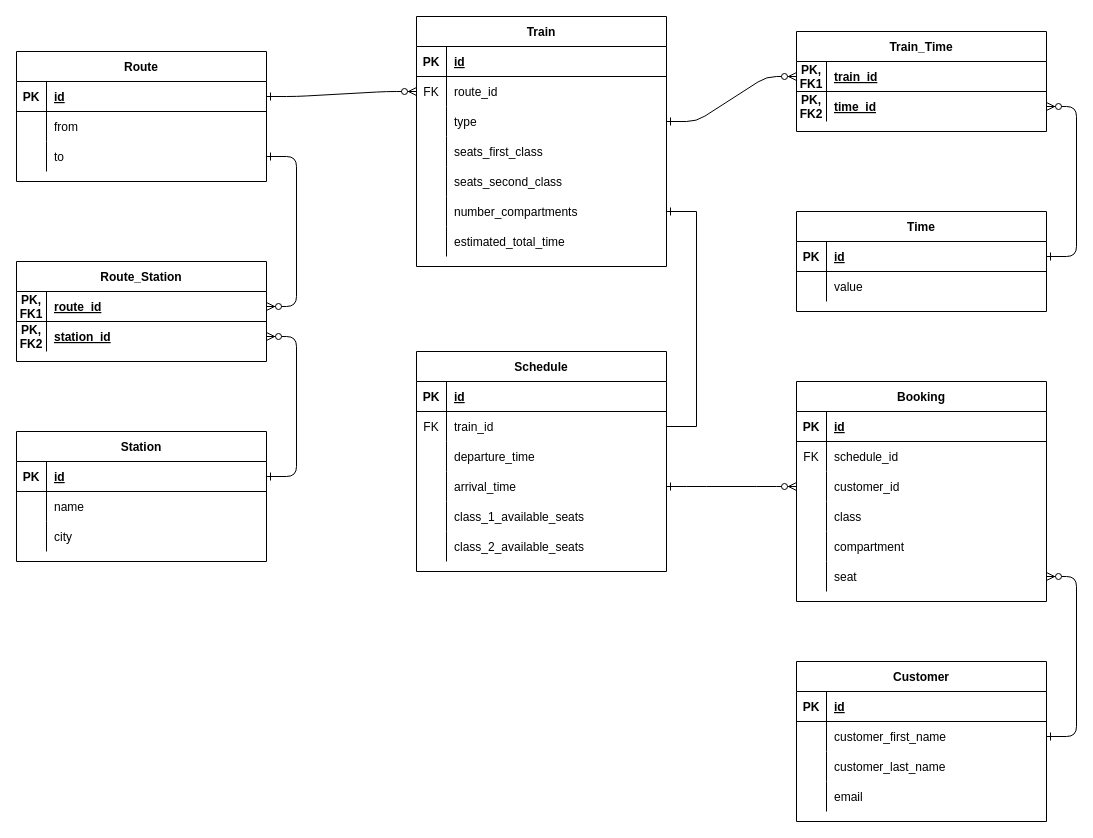
Earlier version of the draw.io diagram diagrams/railways.drawio (DiaconuAndr3i/RailwaysManagementSystem). Source tidied: cells renumbered, new cells numbered last; positions are measured from the earlier drawing's top-left corner, leaving out a move shared by most shapes. Both pictures are drawn from the tidied source at 100%, with x=0, y=0 at pixel (16, 16).
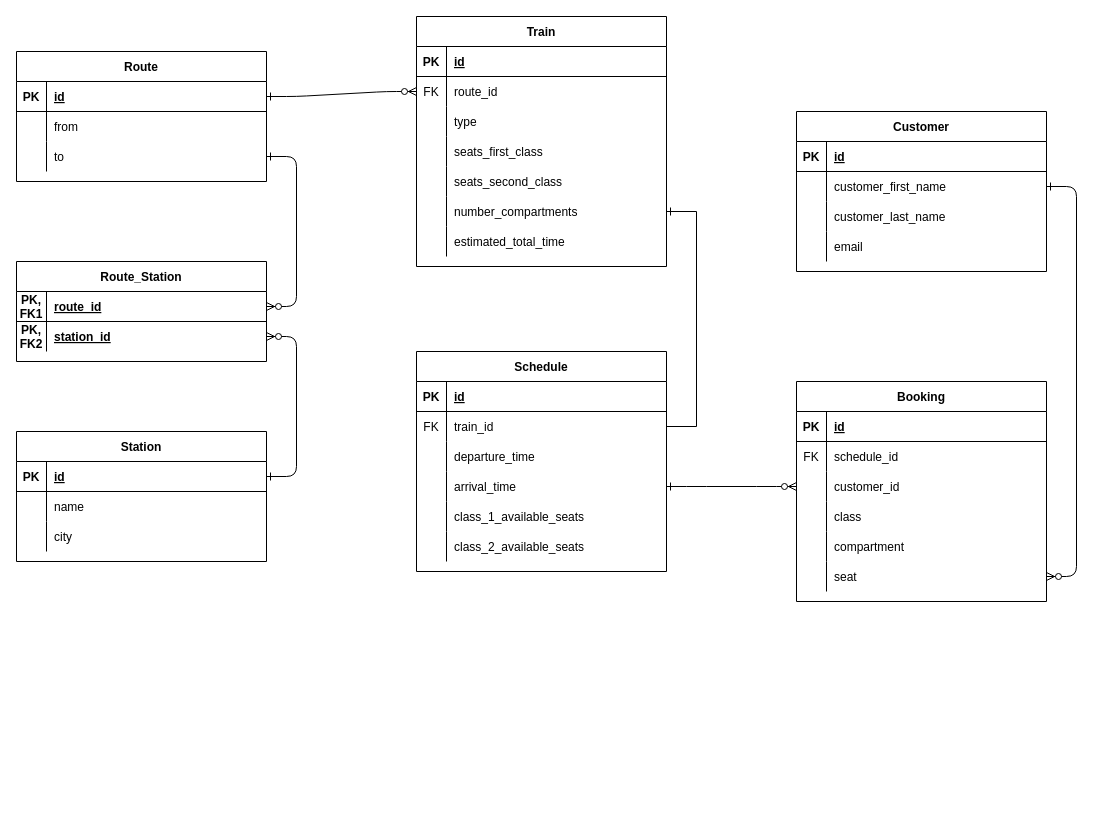
After the change.

Unchanged cells that the change refers to:
```xml
<mxCell id="78" style="shape=partialRectangle;fillColor=none;points=[[0,0.5],[1,0.5]];portConstraint=eastwest;top=0;left=0;right=0;bottom=0;" parent="71" vertex="1">
  <mxGeometry y="90" width="250" height="30" as="geometry" />
</mxCell>
```

Change to the diagram source:
```diff
@@
-    <mxCell id="94" value="Time" style="shape=table;startSize=30;childLayout=tableLayout;rowLines=0;fontStyle=1;align=center;" parent="1" vertex="1">
-      <mxGeometry x="780" y="195" width="250" height="100" as="geometry" />
-    </mxCell>
-    <mxCell id="95" style="shape=partialRectangle;fillColor=none;points=[[0,0.5],[1,0.5]];portConstraint=eastwest;top=0;left=0;right=0;bottom=1;" parent="94" vertex="1">
-      <mxGeometry y="30" width="250" height="30" as="geometry" />
-    </mxCell>
-    <mxCell id="96" value="PK" style="shape=partialRectangle;overflow=hidden;fillColor=none;top=0;left=0;bottom=0;right=0;fontStyle=1;" parent="95" vertex="1">
-      <mxGeometry width="30" height="30" as="geometry" />
-    </mxCell>
-    <mxCell id="97" value="id" style="shape=partialRectangle;overflow=hidden;fillColor=none;top=0;left=0;bottom=0;right=0;align=left;spacingLeft=6;fontStyle=5;" parent="95" vertex="1">
-      <mxGeometry x="30" width="220" height="30" as="geometry" />
-    </mxCell>
-    <mxCell id="98" style="shape=partialRectangle;fillColor=none;top=0;left=0;right=0;bottom=0;" parent="94" vertex="1">
-      <mxGeometry y="60" width="250" height="30" as="geometry" />
-    </mxCell>
-    <mxCell id="99" style="shape=partialRectangle;overflow=hidden;fillColor=none;top=0;left=0;bottom=0;right=0;" parent="98" vertex="1">
-      <mxGeometry width="30" height="30" as="geometry" />
-    </mxCell>
-    <mxCell id="100" value="value" style="shape=partialRectangle;overflow=hidden;fillColor=none;top=0;left=0;bottom=0;right=0;align=left;spacingLeft=6;" parent="98" vertex="1">
-      <mxGeometry x="30" width="220" height="30" as="geometry" />
-    </mxCell>
-    <mxCell id="101" value="Train_Time" style="shape=table;startSize=30;childLayout=tableLayout;rowLines=0;fontStyle=1;align=center;" parent="1" vertex="1">
-      <mxGeometry x="780" y="15" width="250" height="100" as="geometry" />
-    </mxCell>
-    <mxCell id="102" style="shape=partialRectangle;fillColor=none;points=[[0,0.5],[1,0.5]];portConstraint=eastwest;top=0;left=0;right=0;bottom=1;" parent="101" vertex="1">
-      <mxGeometry y="30" width="250" height="30" as="geometry" />
-    </mxCell>
-    <mxCell id="103" value="PK,&#10;FK1" style="shape=partialRectangle;overflow=hidden;fillColor=none;top=0;left=0;bottom=0;right=0;fontStyle=1;" parent="102" vertex="1">
-      <mxGeometry width="30" height="30" as="geometry" />
-    </mxCell>
-    <mxCell id="104" value="train_id" style="shape=partialRectangle;overflow=hidden;fillColor=none;top=0;left=0;bottom=0;right=0;align=left;spacingLeft=6;fontStyle=5;" parent="102" vertex="1">
-      <mxGeometry x="30" width="220" height="30" as="geometry" />
-    </mxCell>
-    <mxCell id="105" style="shape=partialRectangle;fillColor=none;points=[[0,0.5],[1,0.5]];portConstraint=eastwest;top=0;left=0;right=0;bottom=0;" parent="101" vertex="1">
-      <mxGeometry y="60" width="250" height="30" as="geometry" />
-    </mxCell>
-    <mxCell id="106" value="PK,&#10;FK2" style="shape=partialRectangle;overflow=hidden;fillColor=none;top=0;left=0;bottom=0;right=0;fontStyle=1;" parent="105" vertex="1">
-      <mxGeometry width="30" height="30" as="geometry" />
-    </mxCell>
-    <mxCell id="107" value="time_id" style="shape=partialRectangle;overflow=hidden;fillColor=none;top=0;left=0;bottom=0;right=0;align=left;spacingLeft=6;fontStyle=5;" parent="105" vertex="1">
-      <mxGeometry x="30" width="220" height="30" as="geometry" />
-    </mxCell>
-    <mxCell id="108" style="edgeStyle=entityRelationEdgeStyle;endArrow=ERzeroToMany;startArrow=ERone;endFill=1;startFill=0;entryX=0;entryY=0.5;entryDx=0;entryDy=0;exitX=1;exitY=0.5;exitDx=0;exitDy=0;" parent="1" edge="1" source="78" target="102">
-      <mxGeometry x="-0.45" y="59" relative="1" as="geometry">
-        <mxPoint x="-27" y="-20" as="offset" />
-      </mxGeometry>
-    </mxCell>
-    <mxCell id="109" style="edgeStyle=entityRelationEdgeStyle;endArrow=ERzeroToMany;startArrow=ERone;endFill=1;startFill=0;exitX=1;exitY=0.5;exitDx=0;exitDy=0;entryX=1;entryY=0.5;entryDx=0;entryDy=0;" parent="1" edge="1" source="95" target="105">
-      <mxGeometry x="-0.45" y="59" relative="1" as="geometry">
-        <mxPoint x="-27" y="-20" as="offset" />
-      </mxGeometry>
-    </mxCell>
     <mxCell id="110" value="Customer" style="shape=table;startSize=30;childLayout=tableLayout;rowLines=0;fontStyle=1;align=center;" parent="1" vertex="1">
-      <mxGeometry x="780" y="645" width="250" height="160" as="geometry" />
+      <mxGeometry x="780" y="95" width="250" height="160" as="geometry" />
     </mxCell>
```
